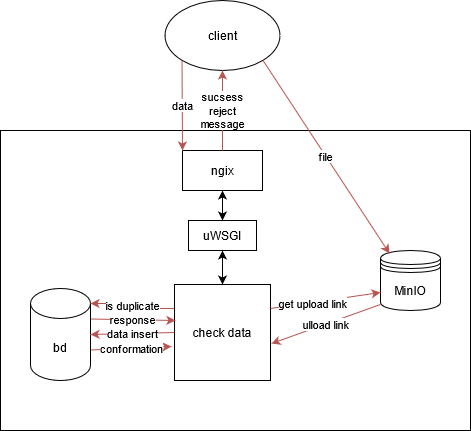
Above: data_upload.png in abubaca4/minio_test_rep (draw.io), before the change. Source tidied: cells renumbered, new cells last; positions are measured from the earlier drawing's top-left corner, leaving out a move shared by most shapes.
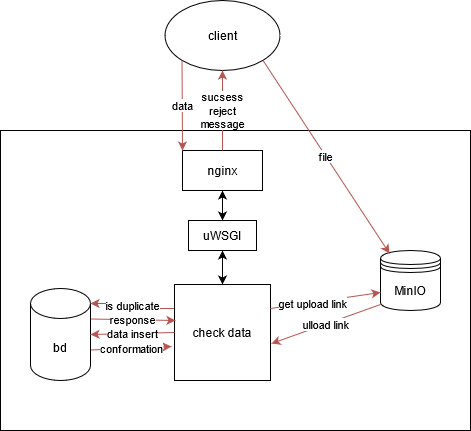
The same file after the commit.

Change to the diagram source:
```diff
@@ -20,7 +20,7 @@
     <mxCell id="7" style="endArrow=classic;startArrow=classic;html=1;entryX=0.5;entryY=1;entryDx=0;entryDy=0;exitX=0.5;exitY=0;exitDx=0;exitDy=0;" parent="1" edge="1" source="5" target="6">
       <mxGeometry relative="1" as="geometry" />
     </mxCell>
-    <mxCell id="8" value="ngix" style="rounded=0;whiteSpace=wrap;html=1;" parent="1" vertex="1">
+    <mxCell id="8" value="nginx" style="rounded=0;whiteSpace=wrap;html=1;" parent="1" vertex="1">
       <mxGeometry x="182" y="150" width="80" height="40" as="geometry" />
     </mxCell>
     <mxCell id="9" style="endArrow=classic;startArrow=classic;html=1;entryX=0.5;entryY=1;entryDx=0;entryDy=0;exitX=0.5;exitY=0;exitDx=0;exitDy=0;" parent="1" edge="1" source="6" target="8">
```
